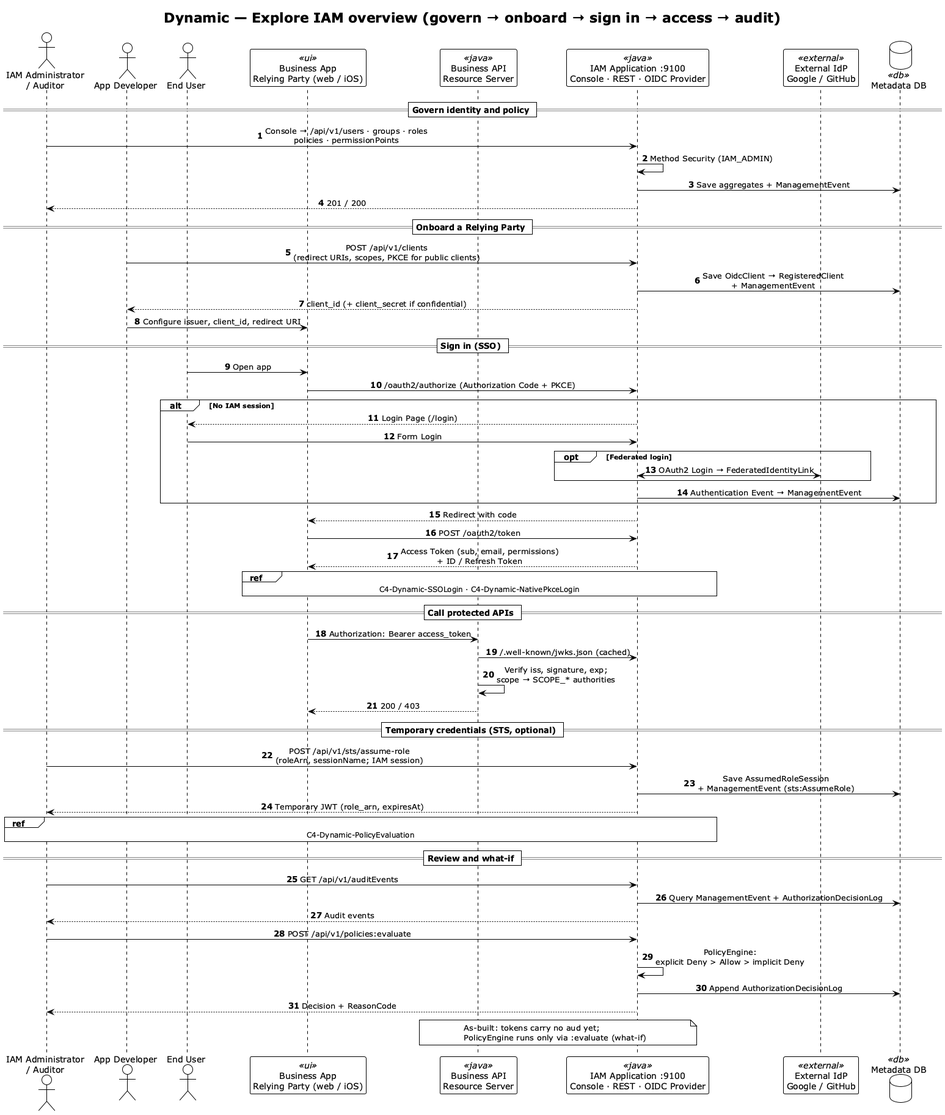
felixzhu97/explore-iam keeps this PlantUML diagram as docs/developer/c4-model/png/C4-Dynamic-Overview.png. Above is the earlier version.
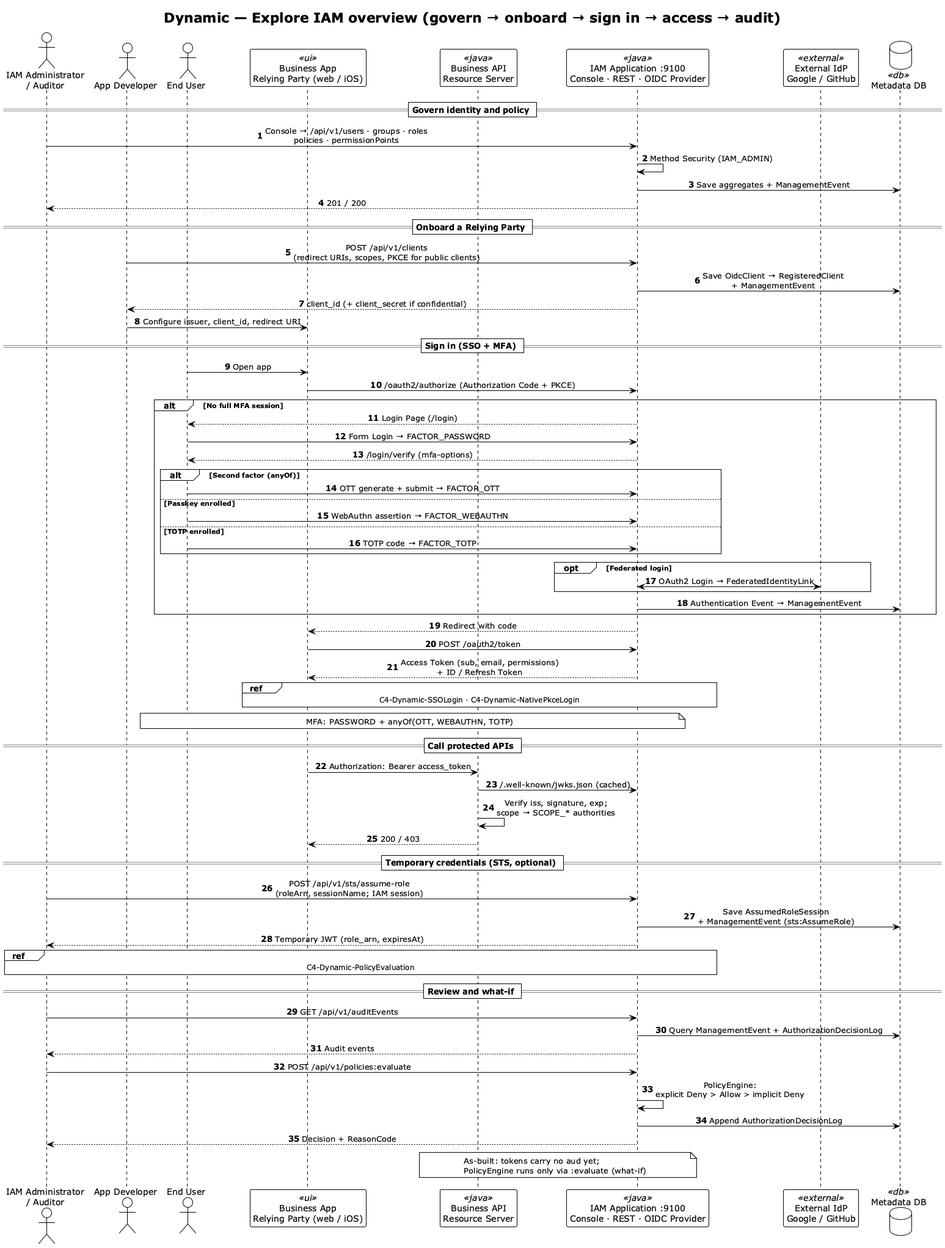
The same diagram one commit later.

What changed in the source:
```diff
@@ -28,12 +28,20 @@
 iam --> dev: client_id (+ client_secret if confidential)
 dev -> rp: Configure issuer, client_id, redirect URI
 
-== Sign in (SSO) ==
+== Sign in (SSO + MFA) ==
 user -> rp: Open app
 rp -> iam: /oauth2/authorize (Authorization Code + PKCE)
-alt No IAM session
+alt No full MFA session
   iam --> user: Login Page (/login)
-  user -> iam: Form Login
+  user -> iam: Form Login → FACTOR_PASSWORD
+  iam --> user: /login/verify (mfa-options)
+  alt Second factor (anyOf)
+    user -> iam: OTT generate + submit → FACTOR_OTT
+  else Passkey enrolled
+    user -> iam: WebAuthn assertion → FACTOR_WEBAUTHN
+  else TOTP enrolled
+    user -> iam: TOTP code → FACTOR_TOTP
+  end
   opt Federated login
     iam <-> idp: OAuth2 Login → FederatedIdentityLink
   end
@@ -43,6 +51,9 @@
 rp -> iam: POST /oauth2/token
 iam --> rp: Access Token (sub, email, permissions)\n+ ID / Refresh Token
 ref over rp, iam : C4-Dynamic-SSOLogin · C4-Dynamic-NativePkceLogin
+note over user, iam
+  MFA: PASSWORD + anyOf(OTT, WEBAUTHN, TOTP)
+end note
 
 == Call protected APIs ==
 rp -> rs: Authorization: Bearer access_token
```
